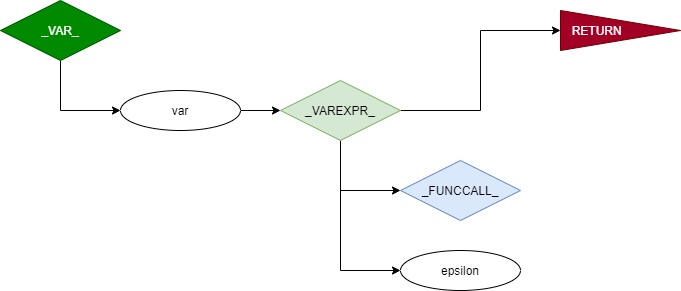
Earlier version of the draw.io export README/Images/CFG6-_VAR_.png (ZacharyYGateley/Compiler). Source tidied: cells renumbered, new cells last; positions are measured from the earlier drawing's top-left corner, leaving out a move shared by most shapes.
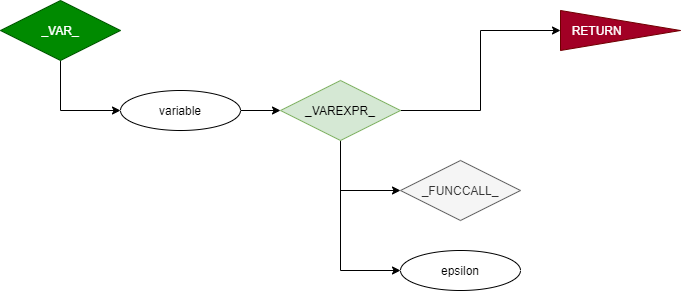
The same file after the commit.

The edit, as a diff of the source:
```diff
@@ -11,7 +11,7 @@
     <mxCell id="4" style="edgeStyle=orthogonalEdgeStyle;rounded=0;jettySize=auto;html=1;exitX=1;exitY=0.5;exitDx=0;exitDy=0;entryX=0;entryY=0.5;entryDx=0;entryDy=0;" parent="1" edge="1" source="5" target="9">
       <mxGeometry relative="1" as="geometry" />
     </mxCell>
-    <mxCell id="5" value="var" style="ellipse;whiteSpace=wrap;html=1;" parent="1" vertex="1">
+    <mxCell id="5" value="variable" style="ellipse;whiteSpace=wrap;html=1;" parent="1" vertex="1">
       <mxGeometry x="120" y="90" width="120" height="40" as="geometry" />
     </mxCell>
     <mxCell id="6" style="edgeStyle=orthogonalEdgeStyle;rounded=0;jettySize=auto;html=1;exitX=0.5;exitY=1;exitDx=0;exitDy=0;entryX=0;entryY=0.5;entryDx=0;entryDy=0;" parent="1" edge="1" source="9" target="10">
@@ -26,7 +26,7 @@
     <mxCell id="9" value="_VAREXPR_" style="rhombus;whiteSpace=wrap;html=1;fillColor=#d5e8d4;strokeColor=#82b366;" parent="1" vertex="1">
       <mxGeometry x="280" y="80" width="120" height="60" as="geometry" />
     </mxCell>
-    <mxCell id="10" value="_FUNCCALL_" style="rhombus;whiteSpace=wrap;html=1;fillColor=#dae8fc;strokeColor=#6c8ebf;" parent="1" vertex="1">
+    <mxCell id="10" value="_FUNCCALL_" style="rhombus;whiteSpace=wrap;html=1;fillColor=#f5f5f5;strokeColor=#666666;fontColor=#333333;" parent="1" vertex="1">
       <mxGeometry x="400" y="160" width="120" height="60" as="geometry" />
     </mxCell>
     <mxCell id="11" value="epsilon" style="ellipse;whiteSpace=wrap;html=1;" parent="1" vertex="1">
```
